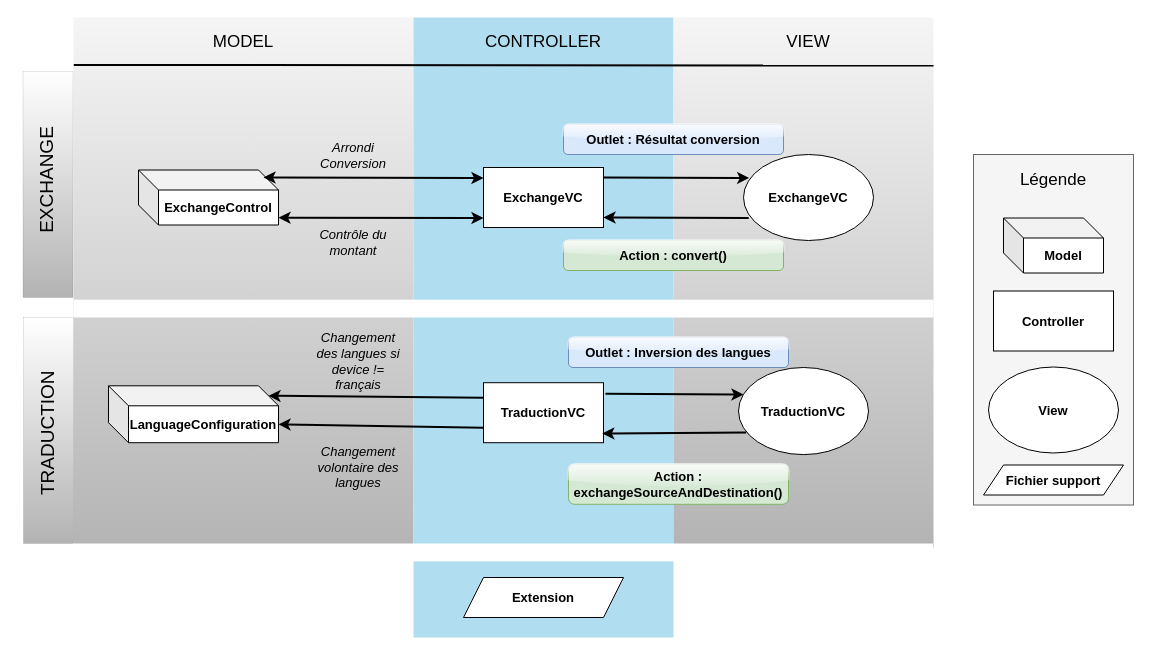
Earlier version of the draw.io diagram Divers/structure_mvc_2.drawio (MickaeliOS/OpenClassrooms-P9-LeBaluchon). Source tidied: cells renumbered, new cells numbered last; positions are measured from the earlier drawing's top-left corner, leaving out a move shared by most shapes. Both pictures are drawn from the tidied source at 100%, with x=0, y=0 at pixel (-1, 17).
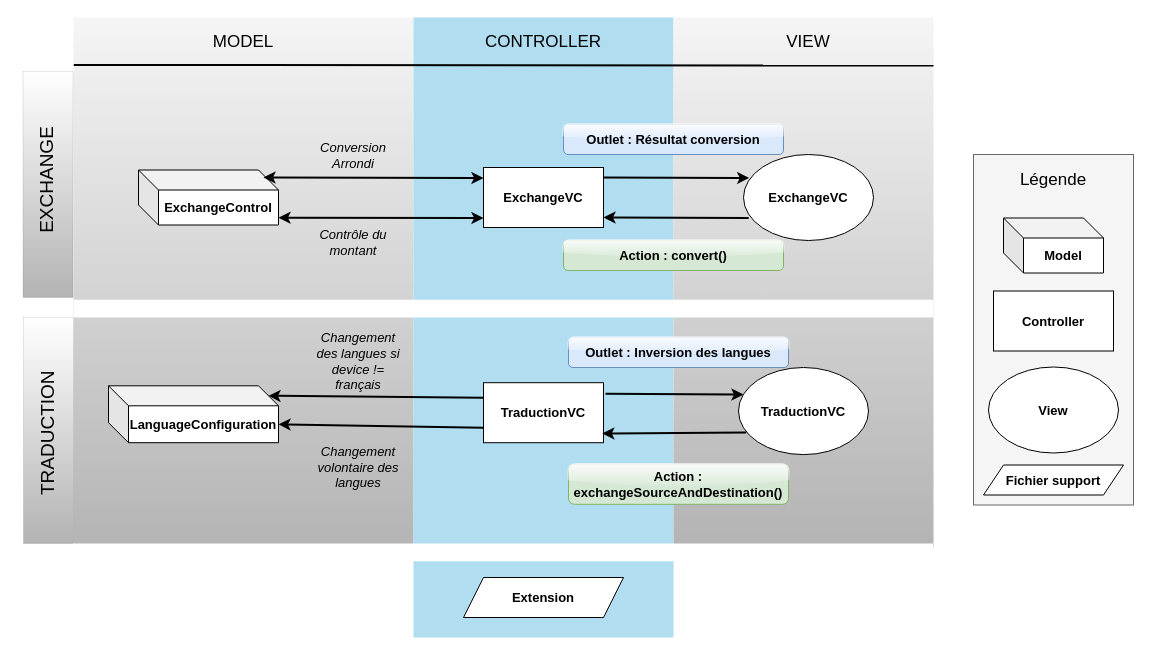
After the change.

Change to the diagram source:
```diff
@@
-    <mxCell id="30" value="Arrondi Conversion" style="text;html=1;strokeColor=none;fillColor=none;align=center;verticalAlign=middle;whiteSpace=wrap;rounded=0;fontSize=13;fontStyle=2;" parent="1" vertex="1">
+    <mxCell id="30" value="Conversion Arrondi" style="text;html=1;strokeColor=none;fillColor=none;align=center;verticalAlign=middle;whiteSpace=wrap;rounded=0;fontSize=13;fontStyle=2;" parent="1" vertex="1">
       <mxGeometry x="299" y="122.5" width="110" height="30" as="geometry" />
     </mxCell>
```
